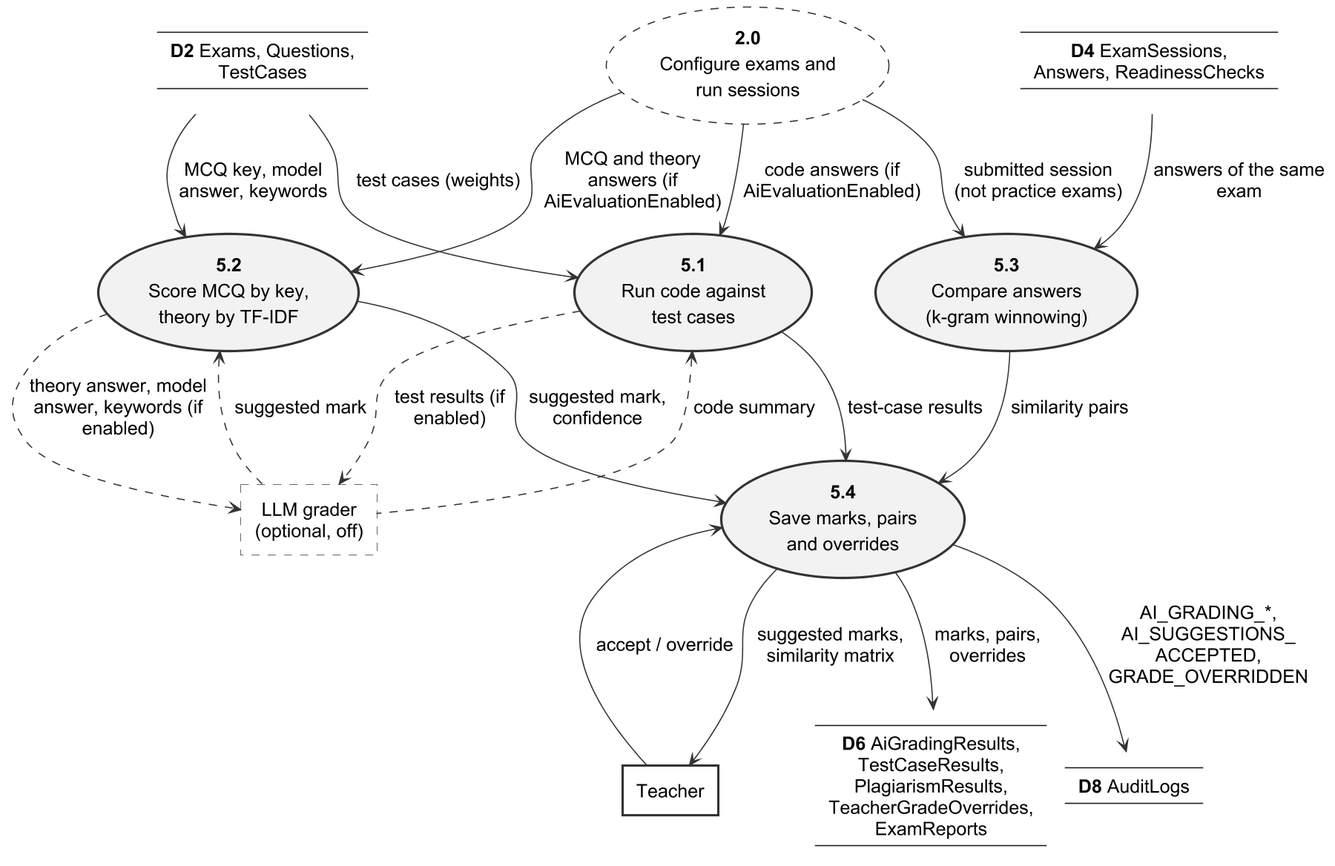
Above: important docs/fyp_doc_3chatp/Figures/dfd_level_2b.png in Haiderali27-hub/AI-Lab-Monitoring- (PlantUML), before the change.
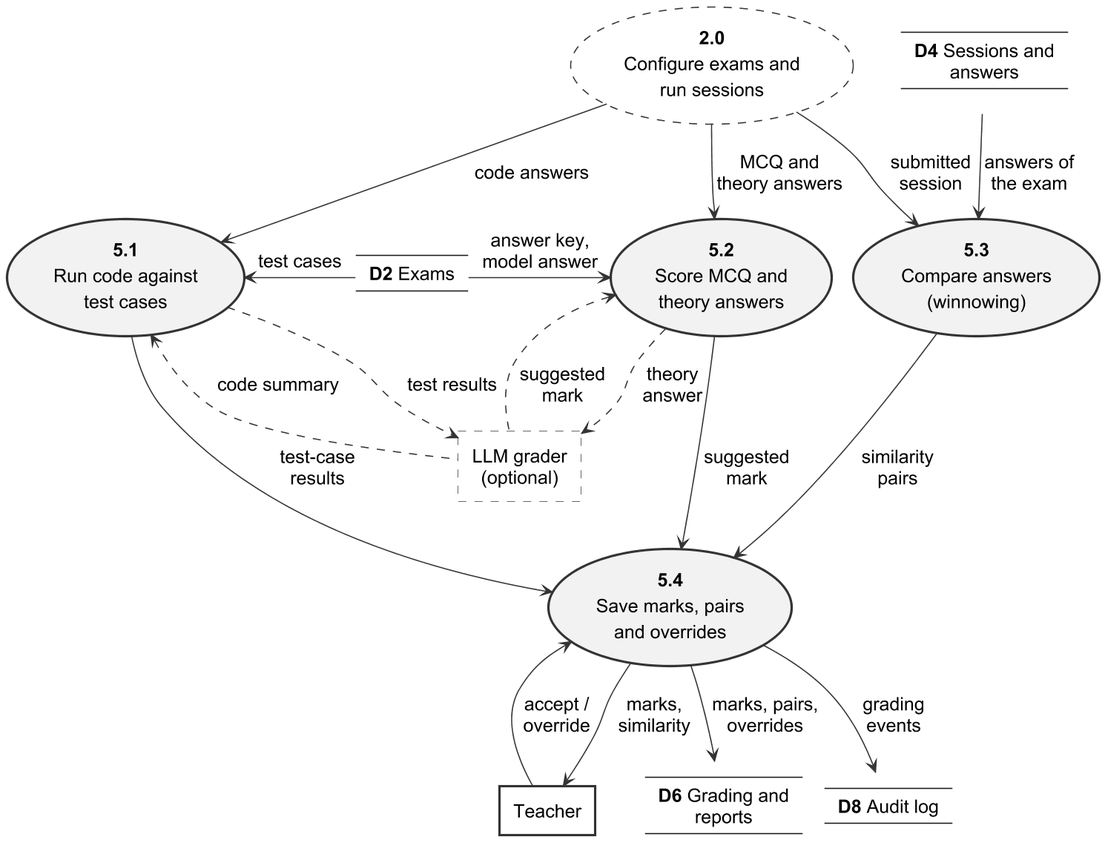
After the commit.

Diff of the diagram source:
```diff
@@ -2,8 +2,8 @@
 !include style.iuml
 skinparam defaultFontSize 16
 skinparam ArrowFontSize 16
-skinparam nodesep 14
-skinparam ranksep 34
+skinparam nodesep 18
+skinparam ranksep 40
 skinparam defaultTextAlignment center
 skinparam rectangle<<entity>> {
   BorderThickness 2
@@ -30,56 +30,54 @@
 }
 hide stereotype
 
-rectangle "LLM grader\n(optional, off)" <<optional>> as LLM
-rectangle "Teacher" <<entity>> as TEA
+top to bottom direction
+
 usecase "**2.0**\nConfigure exams and\nrun sessions" <<ref>> as P2
-usecase "**5.1**\nRun code against\ntest cases" as P51
-usecase "**5.2**\nScore MCQ by key,\ntheory by TF-IDF" as P52
-usecase "**5.3**\nCompare answers\n(k-gram winnowing)" as P53
-usecase "**5.4**\nSave marks, pairs\nand overrides" as P54
 label D2 [
 ----
-**D2** Exams, Questions,
-TestCases
+**D2** Exams
 ----
 ]
 label D4 [
 ----
-**D4** ExamSessions,
-Answers, ReadinessChecks
+**D4** Sessions and
+answers
 ----
 ]
+usecase "**5.1**\nRun code against\ntest cases" as P51
+usecase "**5.2**\nScore MCQ and\ntheory answers" as P52
+usecase "**5.3**\nCompare answers\n(winnowing)" as P53
+rectangle "LLM grader\n(optional)" <<optional>> as LLM
+usecase "**5.4**\nSave marks, pairs\nand overrides" as P54
+rectangle "Teacher" <<entity>> as TEA
 label D6 [
 ----
-**D6** AiGradingResults,
-TestCaseResults,
-PlagiarismResults,
-TeacherGradeOverrides,
-ExamReports
+**D6** Grading and
+reports
 ----
 ]
 label D8 [
 ----
-**D8** AuditLogs
+**D8** Audit log
 ----
 ]
 
-P2 --> P51 : code answers (if\nAiEvaluationEnabled)
-P2 --> P52 : MCQ and theory\nanswers (if\nAiEvaluationEnabled)
-P2 --> P53 : submitted session\n(not practice exams)
-D2 --> P51 : test cases (weights)
-D2 --> P52 : MCQ key, model\nanswer, keywords
-D4 --> P53 : answers of the same\nexam
-P51 ..> LLM : test results (if\nenabled)
+P2 --> P51 : code answers
+P2 --> P52 : MCQ and\ntheory answers
+P2 --> P53 : submitted\nsession
+D2 -left-> P51 : test cases
+D2 -right-> P52 : answer key,\nmodel answer
+D4 --> P53 : answers of\nthe exam
+P51 ..> LLM : test results
 P51 <.. LLM : code summary
-P52 ..> LLM : theory answer, model\nanswer, keywords (if\nenabled)
-P52 <.. LLM : suggested mark
-P51 --> P54 : test-case results
-P52 --> P54 : suggested mark,\nconfidence
-P53 --> P54 : similarity pairs
-P54 <-- TEA : accept / override
-P54 --> TEA : suggested marks,\nsimilarity matrix
+P52 ..> LLM : theory\nanswer
+P52 <.. LLM : suggested\nmark
+P51 --> P54 : test-case\nresults
+P52 --> P54 : suggested\nmark
+P53 --> P54 : similarity\npairs
+P54 <-- TEA : accept /\noverride
+P54 --> TEA : marks,\nsimilarity
 P54 --> D6 : marks, pairs,\noverrides
-P54 --> D8 : AI_GRADING_*,\nAI_SUGGESTIONS_\nACCEPTED,\nGRADE_OVERRIDDEN
-
+P54 --> D8 : grading\nevents
+LLM -[hidden]-> P54
 @enduml
```
